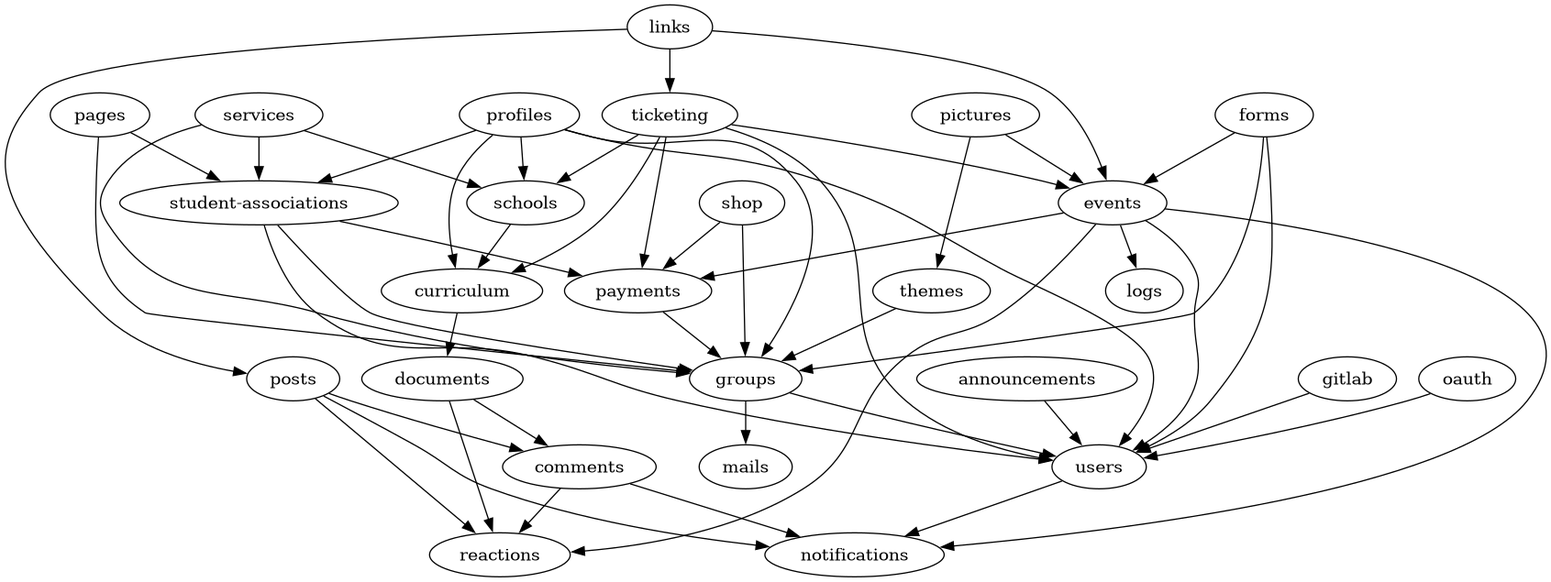
Before: packages/api/scripts/modules-import-graph.png, a diagram exported from Graphviz (inp-net/churros). Its source is kept beside it as packages/api/scripts/modules-import-graph.dot. Source of this version:
```dot
strict digraph ImportGraph {
    "announcements" -> "users";
    "comments" -> "notifications";
    "comments" -> "reactions";
    "curriculum" -> "documents";
    "documents" -> "comments";
    "documents" -> "reactions";
    "events" -> "logs";
    "events" -> "notifications";
    "events" -> "payments";
    "events" -> "reactions";
    "events" -> "users";
    "forms" -> "events";
    "forms" -> "groups";
    "forms" -> "users";
    "gitlab" -> "users";
    "groups" -> "mails";
    "groups" -> "users";
    "links" -> "events";
    "links" -> "posts";
    "links" -> "ticketing";
    "oauth" -> "users";
    "pages" -> "groups";
    "pages" -> "student-associations";
    "payments" -> "groups";
    "pictures" -> "events";
    "pictures" -> "themes";
    "posts" -> "comments";
    "posts" -> "notifications";
    "posts" -> "reactions";
    "profiles" -> "curriculum";
    "profiles" -> "groups";
    "profiles" -> "schools";
    "profiles" -> "student-associations";
    "profiles" -> "users";
    "schools" -> "curriculum";
    "services" -> "groups";
    "services" -> "schools";
    "services" -> "student-associations";
    "shop" -> "groups";
    "shop" -> "payments";
    "student-associations" -> "groups";
    "student-associations" -> "payments";
    "student-associations" -> "users";
    "themes" -> "groups";
    "ticketing" -> "curriculum";
    "ticketing" -> "events";
    "ticketing" -> "payments";
    "ticketing" -> "schools";
    "ticketing" -> "users";
    "users" -> "notifications";
}
```
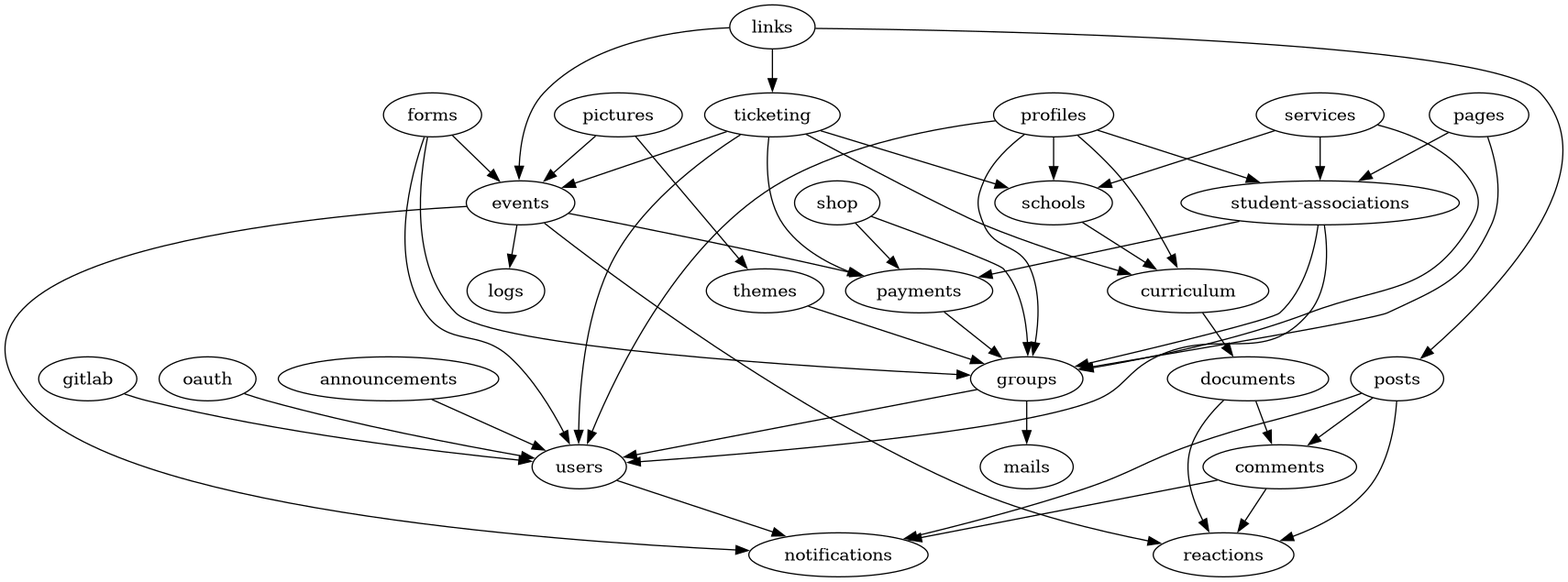
Later version of the same file.

The edit, as a diff of the source:
```diff
@@ -9,7 +9,6 @@
     "events" -> "notifications";
     "events" -> "payments";
     "events" -> "reactions";
-    "events" -> "users";
     "forms" -> "events";
     "forms" -> "groups";
     "forms" -> "users";
```
